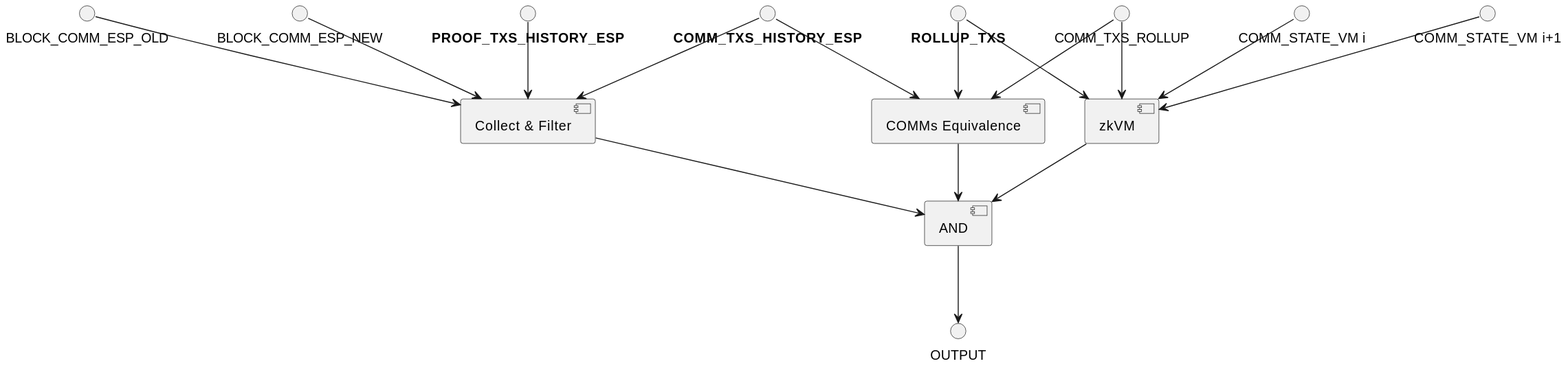
Before: doc/zk-rollup-circuit-no-espresso-consensus.svg, a diagram exported from PlantUML (EspressoSystems/espresso-sequencer).
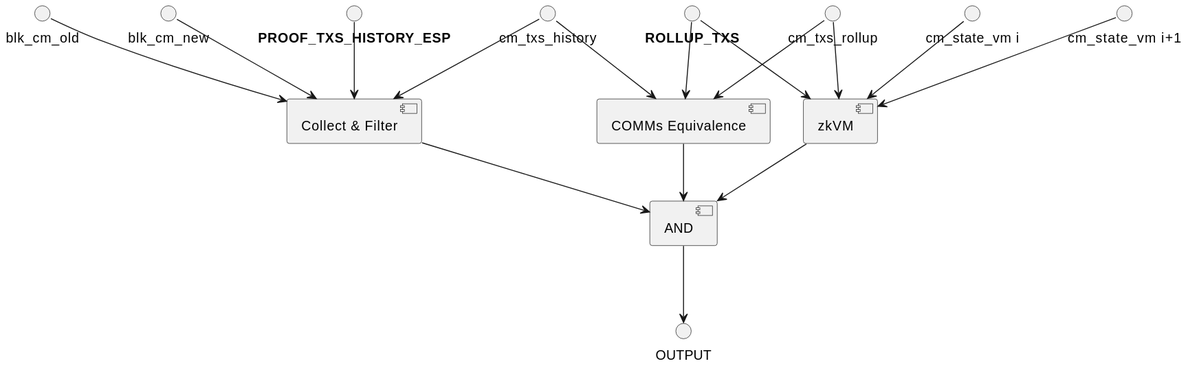
The same file after the commit.

Change to the diagram source:
```diff
@@ -5,19 +5,19 @@
 
 [zkVM] as ZK
 
-BLOCK_COMM_ESP_OLD --> CF
-BLOCK_COMM_ESP_NEW --> CF
+blk_cm_old --> CF
+blk_cm_new --> CF
 "<b>PROOF_TXS_HISTORY_ESP</b>" --> CF
 "<b>ROLLUP_TXS</b>" --> CE
 "<b>ROLLUP_TXS</b>" --> ZK
 
-COMM_TXS_ROLLUP --> CE
-"<b>COMM_TXS_HISTORY_ESP</b>" --> CE
-"<b>COMM_TXS_HISTORY_ESP</b>" --> CF
+cm_txs_rollup --> CE
+"cm_txs_history" --> CE
+"cm_txs_history" --> CF
 
-"COMM_STATE_VM i" --> ZK
-"COMM_STATE_VM i+1" --> ZK
-COMM_TXS_ROLLUP --> ZK
+"cm_state_vm i" --> ZK
+"cm_state_vm i+1" --> ZK
+cm_txs_rollup --> ZK
 
 
 ZK --> AND
```
